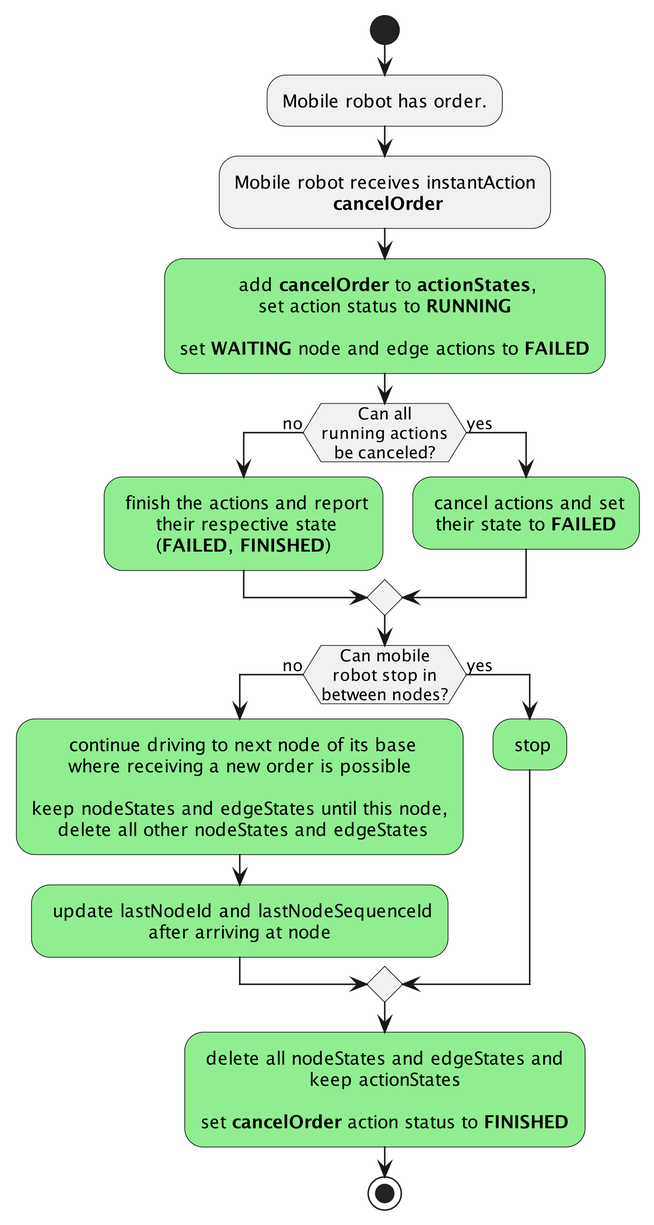
The PlantUML diagram assets/process_cancel_order.png in VDA5050/VDA5050, before a commit.
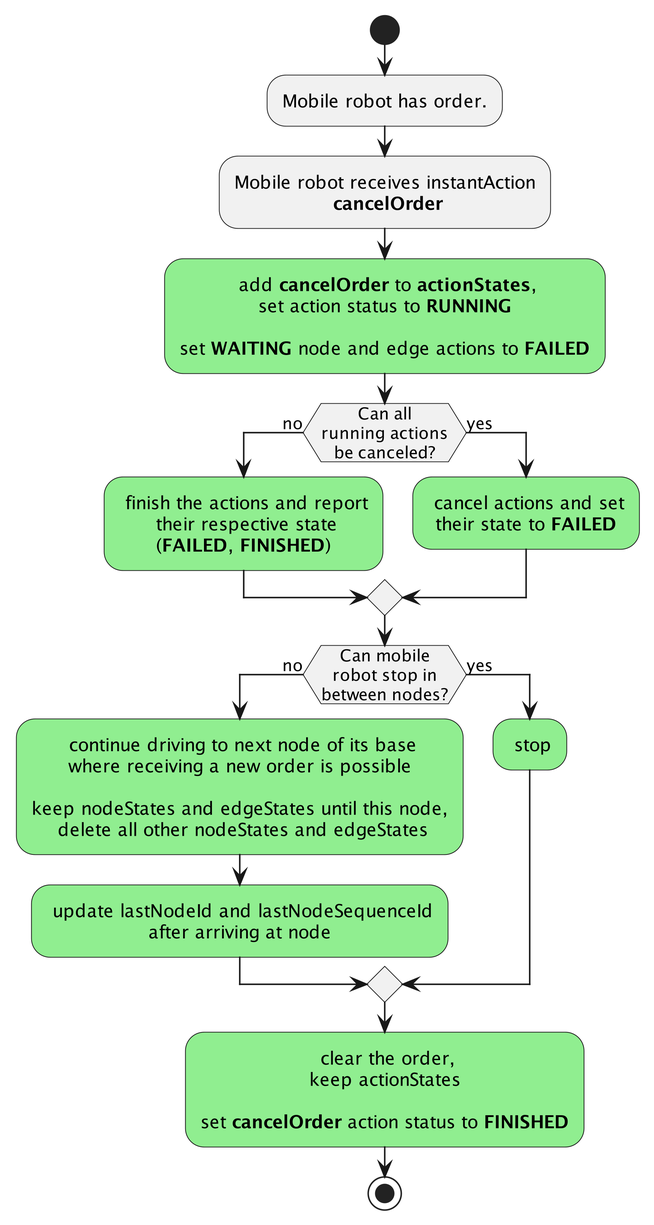
Above is the later version.

Commit message:
Clarification in process cancel order to clear the order in the end (release/remove requests)

Diff of the diagram source:
```diff
@@ -19,6 +19,6 @@
     #lightgreen: stop;
 endif
 
-#lightgreen: delete all nodeStates and edgeStates and \nkeep actionStates\n\nset <B>cancelOrder</B> action status to <B>FINISHED</B>;
+#lightgreen: clear the order,\nkeep actionStates\n\nset <B>cancelOrder</B> action status to <B>FINISHED</B>;
 stop
 @enduml
```
